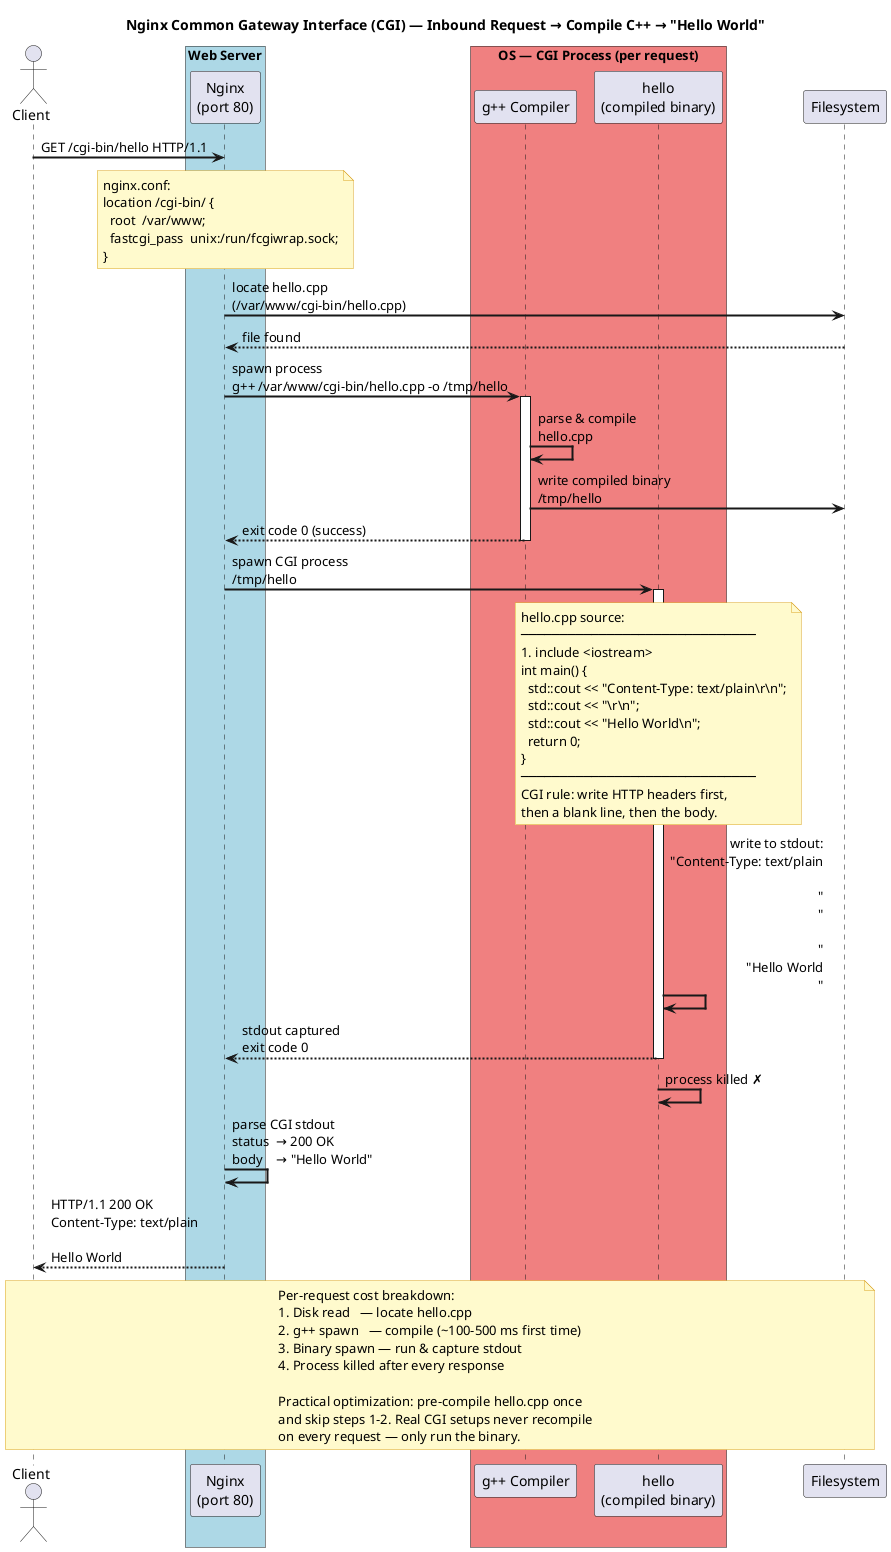
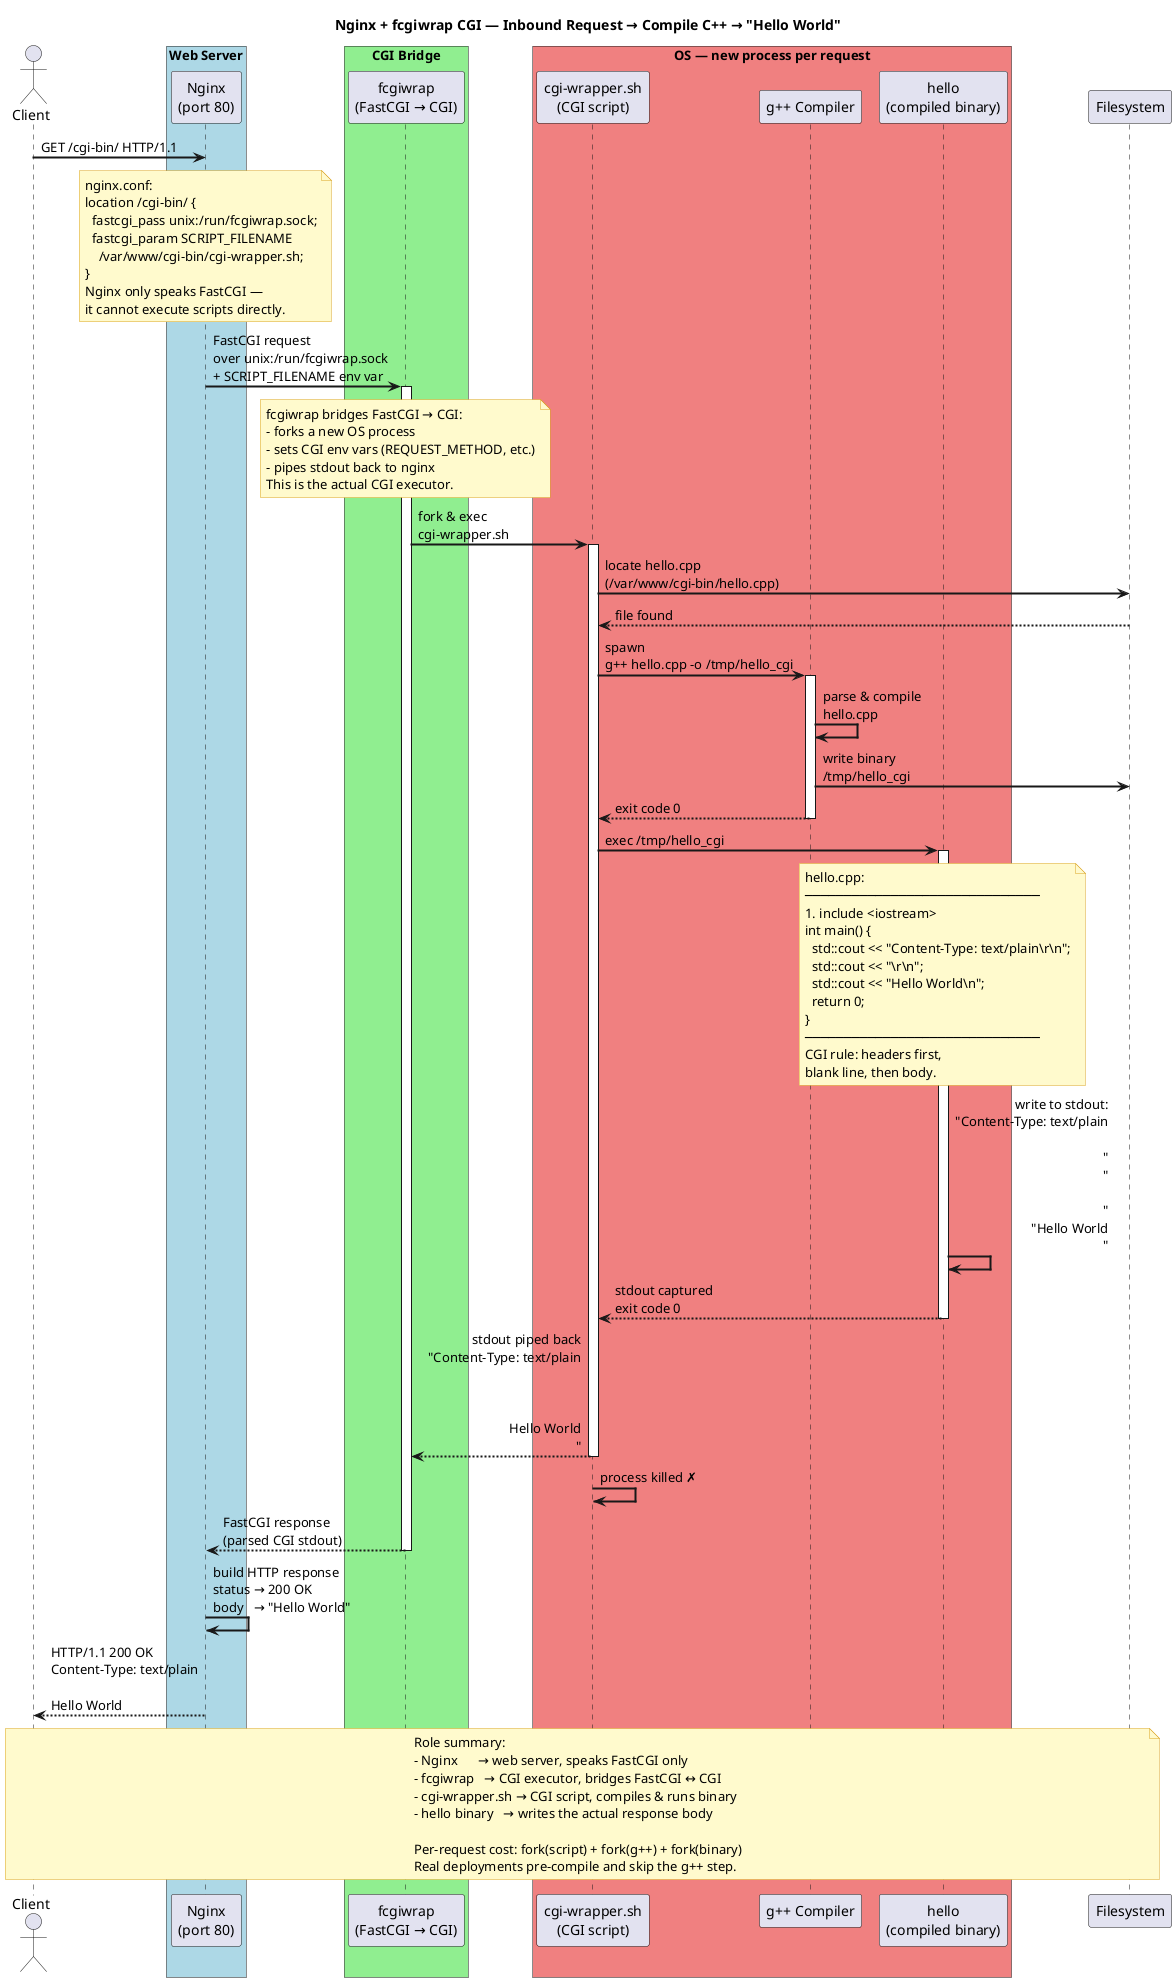
@startuml Nginx CGI with C++ Hello World
- title Nginx Common Gateway Interface (CGI) — Inbound Request → Compile C++ → "Hello World"
+ title Nginx + fcgiwrap CGI — Inbound Request → Compile C++ → "Hello World"

skinparam sequenceArrowThickness 2
skinparam BoxPadding 10
skinparam NoteBackgroundColor #FFFACD
skinparam NoteBorderColor #DAA520

actor "Client" as Client

box "Web Server" #LightBlue
    participant "Nginx\n(port 80)" as Nginx
end box

- box "OS — CGI Process (per request)" #LightCoral
+ box "CGI Bridge" #LightGreen
+     participant "fcgiwrap\n(FastCGI → CGI)" as Fcgiwrap
+ end box
+ 
+ box "OS — new process per request" #LightCoral
+     participant "cgi-wrapper.sh\n(CGI script)" as Script
    participant "g++ Compiler" as Compiler
    participant "hello\n(compiled binary)" as Binary
end box

participant "Filesystem" as FS

- Client -> Nginx: GET /cgi-bin/hello HTTP/1.1
+ Client -> Nginx: GET /cgi-bin/ HTTP/1.1

note over Nginx
  nginx.conf:
  location /cgi-bin/ {
-     root  /var/www;
-     fastcgi_pass  unix:/run/fcgiwrap.sock;
+     fastcgi_pass unix:/run/fcgiwrap.sock;
+     fastcgi_param SCRIPT_FILENAME
+       /var/www/cgi-bin/cgi-wrapper.sh;
  }
+   Nginx only speaks FastCGI —
+   it cannot execute scripts directly.
end note

- Nginx -> FS: locate hello.cpp\n(/var/www/cgi-bin/hello.cpp)
- FS --> Nginx: file found
+ Nginx -> Fcgiwrap: FastCGI request\nover unix:/run/fcgiwrap.sock\n+ SCRIPT_FILENAME env var
+ activate Fcgiwrap

- Nginx -> Compiler: spawn process\ng++ /var/www/cgi-bin/hello.cpp -o /tmp/hello
+ note over Fcgiwrap
+   fcgiwrap bridges FastCGI → CGI:
+   - forks a new OS process
+   - sets CGI env vars (REQUEST_METHOD, etc.)
+   - pipes stdout back to nginx
+   This is the actual CGI executor.
+ end note
+ 
+ Fcgiwrap -> Script: fork & exec\ncgi-wrapper.sh
+ activate Script
+ 
+ Script -> FS: locate hello.cpp\n(/var/www/cgi-bin/hello.cpp)
+ FS --> Script: file found
+ 
+ Script -> Compiler: spawn\ng++ hello.cpp -o /tmp/hello_cgi
activate Compiler
Compiler -> Compiler: parse & compile\nhello.cpp
- Compiler -> FS: write compiled binary\n/tmp/hello
- Compiler --> Nginx: exit code 0 (success)
+ Compiler -> FS: write binary\n/tmp/hello_cgi
+ Compiler --> Script: exit code 0
deactivate Compiler

- Nginx -> Binary: spawn CGI process\n/tmp/hello
+ Script -> Binary: exec /tmp/hello_cgi
activate Binary

note over Binary
-   hello.cpp source:
+   hello.cpp:
  ──────────────────────────────
  #include <iostream>
  int main() {
    std::cout << "Content-Type: text/plain\r\n";
    std::cout << "\r\n";
    std::cout << "Hello World\n";
    return 0;
  }
  ──────────────────────────────
-   CGI rule: write HTTP headers first,
-   then a blank line, then the body.
+   CGI rule: headers first,
+   blank line, then body.
end note

Binary -> Binary: write to stdout:\n"Content-Type: text/plain\r\n"\n"\r\n"\n"Hello World\n"
- Binary --> Nginx: stdout captured\nexit code 0
+ Binary --> Script: stdout captured\nexit code 0
deactivate Binary
- Binary -> Binary: process killed ✗

- Nginx -> Nginx: parse CGI stdout\nstatus  → 200 OK\nbody    → "Hello World"
+ Script --> Fcgiwrap: stdout piped back\n"Content-Type: text/plain\r\n\r\nHello World\n"
+ deactivate Script
+ Script -> Script: process killed ✗
+ 
+ Fcgiwrap --> Nginx: FastCGI response\n(parsed CGI stdout)
+ deactivate Fcgiwrap
+ 
+ Nginx -> Nginx: build HTTP response\nstatus → 200 OK\nbody   → "Hello World"
Nginx --> Client: HTTP/1.1 200 OK\nContent-Type: text/plain\n\nHello World

note over Client, FS
-   Per-request cost breakdown:
-   1. Disk read   — locate hello.cpp
-   2. g++ spawn   — compile (~100–500 ms first time)
-   3. Binary spawn — run & capture stdout
-   4. Process killed after every response
+   Role summary:
+   - Nginx      → web server, speaks FastCGI only
+   - fcgiwrap   → CGI executor, bridges FastCGI ↔ CGI
+   - cgi-wrapper.sh → CGI script, compiles & runs binary
+   - hello binary   → writes the actual response body

-   Practical optimization: pre-compile hello.cpp once
-   and skip steps 1–2. Real CGI setups never recompile
-   on every request — only run the binary.
+   Per-request cost: fork(script) + fork(g++) + fork(binary)
+   Real deployments pre-compile and skip the g++ step.
end note
@enduml
